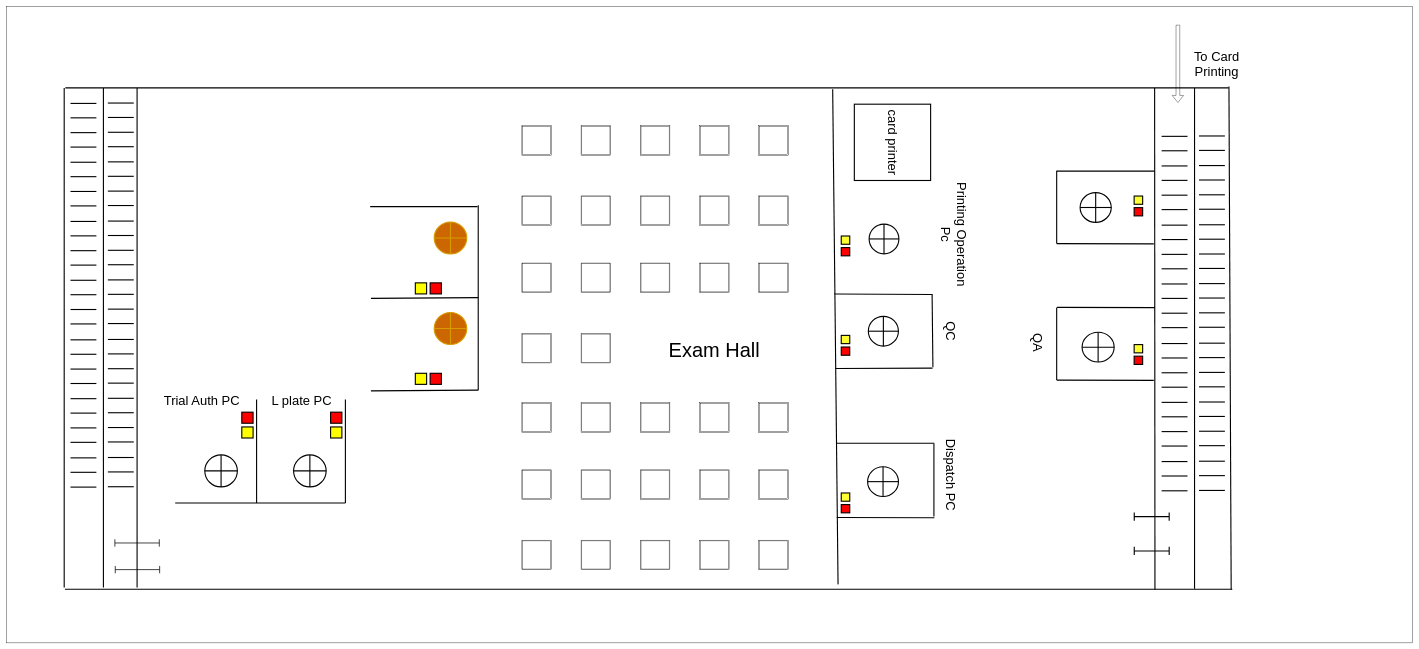
This is kurunagala_upper_full.drawio from thushan-harshajeewa/dmt-diagrams, a draw.io file, before an edit. Source tidied: cells renumbered, new cells numbered last; positions are measured from the earlier drawing's top-left corner, leaving out a move shared by most shapes. Both pictures are drawn from the tidied source at 37%, with x=0, y=0 at pixel (6, 6).
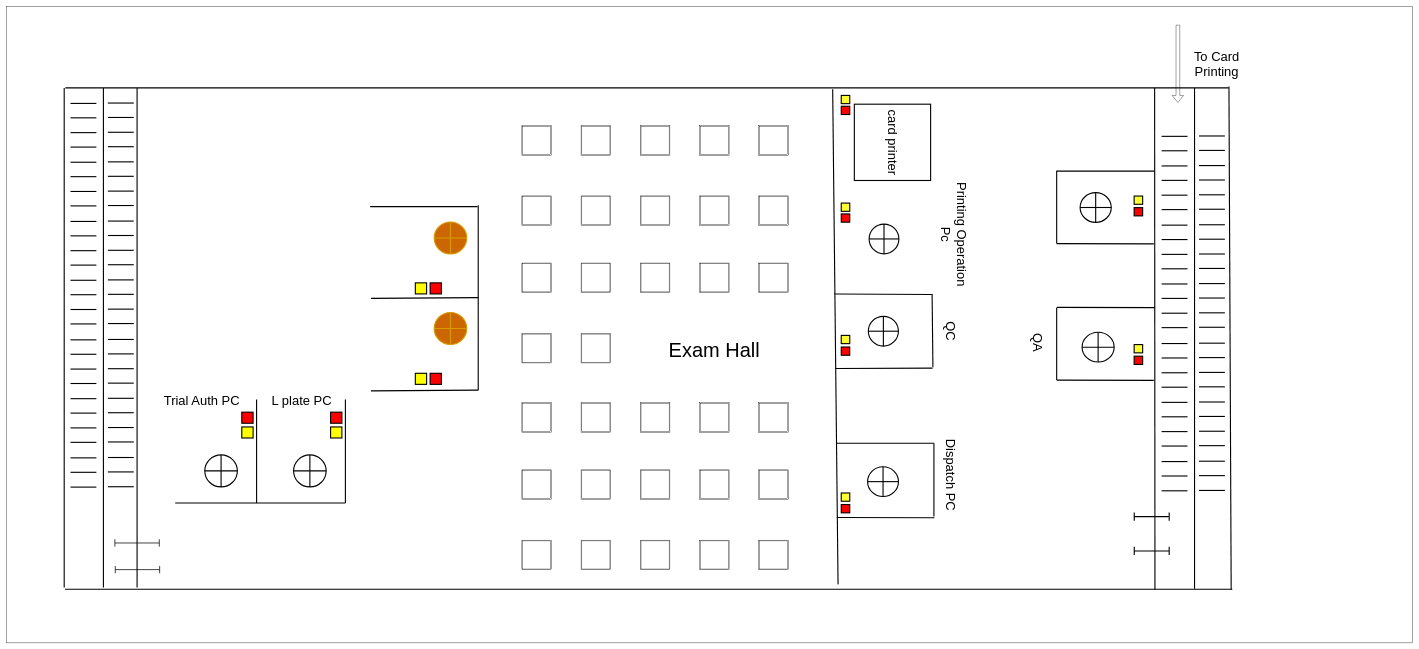
Above is the later version.

Diff of the diagram source:
```diff
@@
     <mxCell id="204" style="rounded=0;whiteSpace=wrap;html=1;fillColor=#FF0000;strokeWidth=3;rotation=90;" parent="1" vertex="1">
-      <mxGeometry x="2256.5" y="651.3" width="22.3" height="23" as="geometry" />
+      <mxGeometry x="2256.5" y="560.3" width="22.3" height="23" as="geometry" />
     </mxCell>
     <mxCell id="205" style="rounded=0;whiteSpace=wrap;html=1;fillColor=#FFFF33;strokeWidth=3;rotation=90;" parent="1" vertex="1">
-      <mxGeometry x="2256.5" y="620" width="22.3" height="23" as="geometry" />
+      <mxGeometry x="2256.5" y="531" width="22.3" height="23" as="geometry" />
     </mxCell>
@@
+    <mxCell id="208" style="rounded=0;whiteSpace=wrap;html=1;fillColor=#FFFF33;strokeWidth=3;rotation=90;" parent="1" vertex="1">
+      <mxGeometry x="2256.5" y="240" width="22.3" height="23" as="geometry" />
+    </mxCell>
+    <mxCell id="209" style="rounded=0;whiteSpace=wrap;html=1;fillColor=#FF0000;strokeWidth=3;rotation=90;" parent="1" vertex="1">
+      <mxGeometry x="2256.5" y="269.3" width="22.3" height="23" as="geometry" />
+    </mxCell>
```
